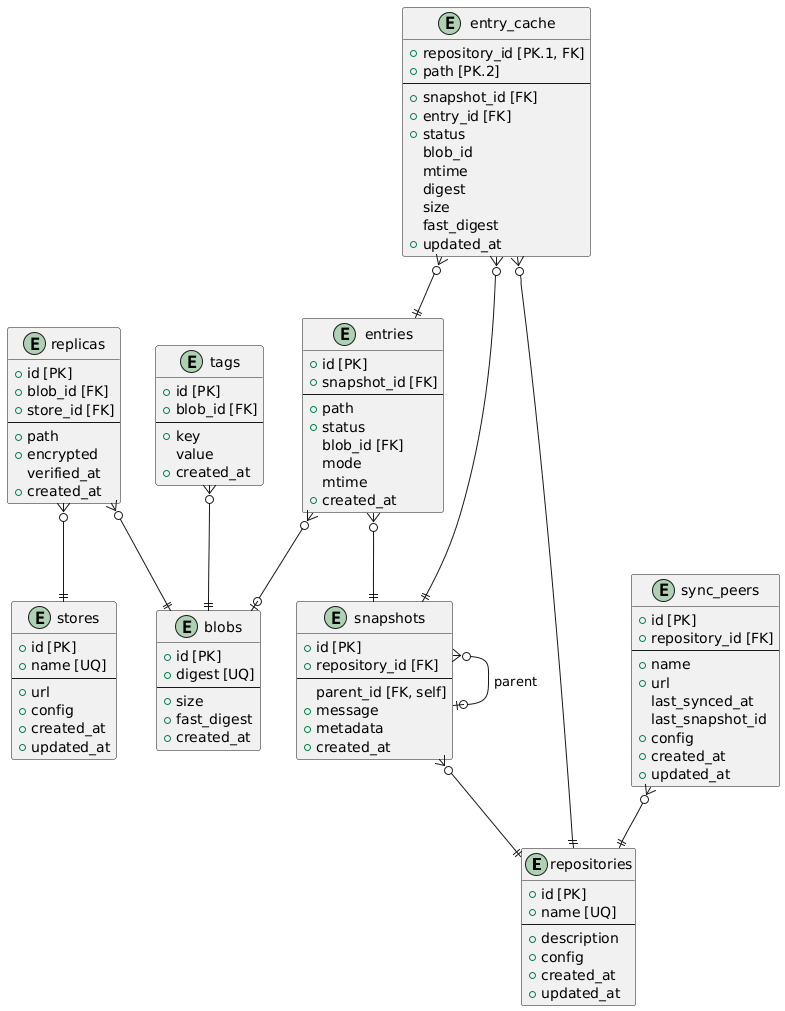
This is docs/er_puml.png from taskie/tome, a PlantUML export, as it was before one commit.
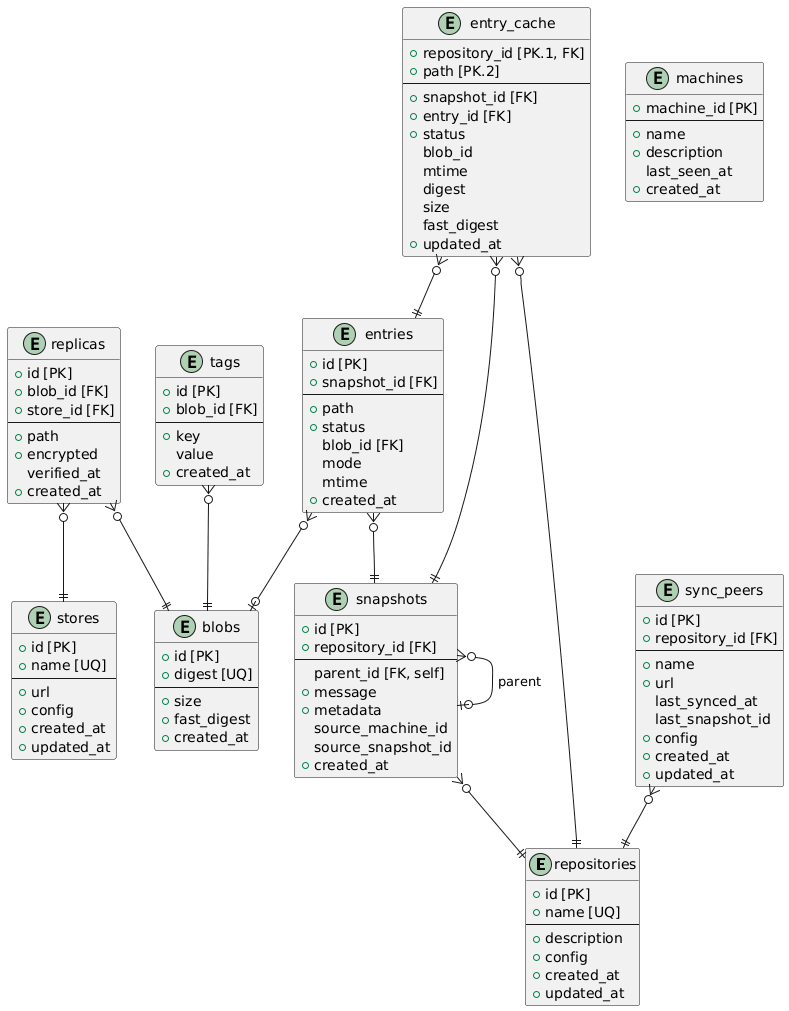
After the commit.

Commit message:
docs: update README, ARCHITECTURE, and ER diagram for current state

What changed in the source:
```diff
@@ -17,6 +17,8 @@
       parent_id [FK, self]
     + message
     + metadata
+      source_machine_id
+      source_snapshot_id
     + created_at
 }
 
@@ -116,4 +118,13 @@
 
 sync_peers }o--|| repositories
 
+entity machines {
+    + machine_id [PK]
+    --
+    + name
+    + description
+      last_seen_at
+    + created_at
+}
+
 @enduml
```
